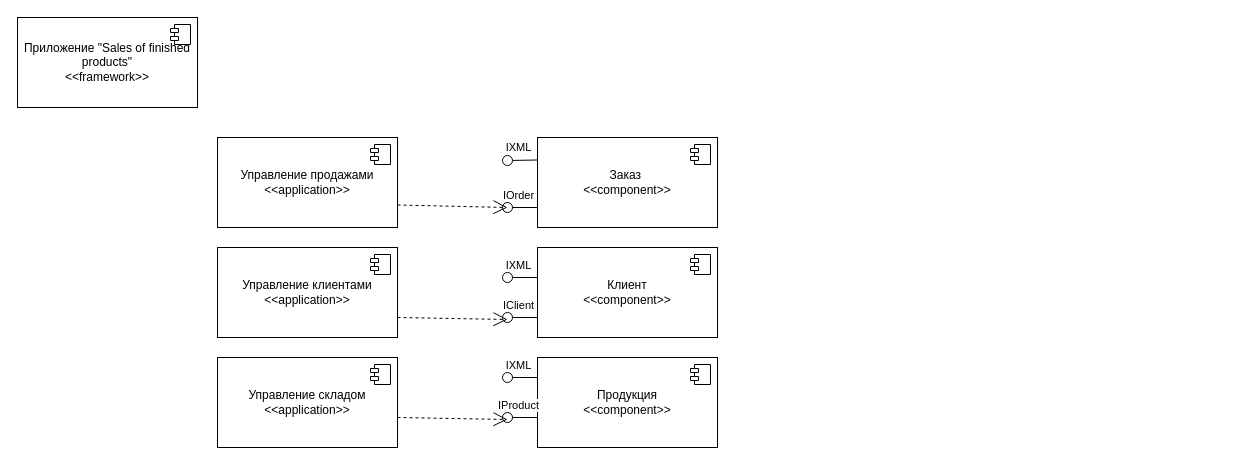
This is ОРТПС_7.drawio from mopsin666/AKMS, a draw.io file, before an edit. Source tidied: cells renumbered, new cells numbered last; positions are measured from the earlier drawing's top-left corner, leaving out a move shared by most shapes. Both pictures are drawn from the tidied source at 100%, with x=0, y=0 at pixel (17, 17).
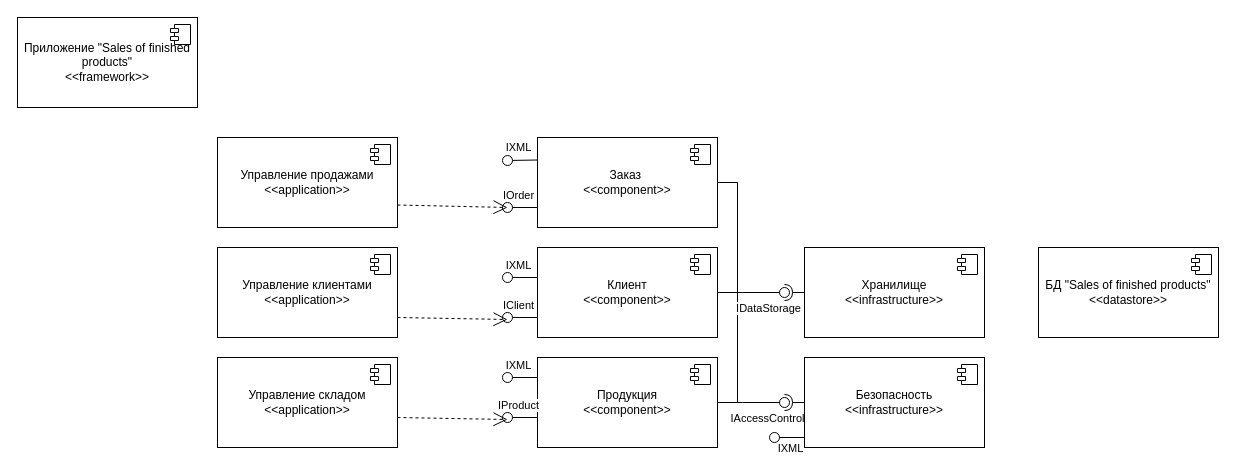
The same page after the edit.

Unchanged cells that the change refers to:
```xml
<mxCell id="10" value="Заказ&amp;nbsp;&lt;br&gt;&amp;lt;&amp;lt;component&amp;gt;&amp;gt;" style="html=1;whiteSpace=wrap;" parent="1" vertex="1">
  <mxGeometry x="520" y="120" width="180" height="90" as="geometry" />
</mxCell>
<mxCell id="12" value="Клиент&lt;br&gt;&amp;lt;&amp;lt;component&amp;gt;&amp;gt;" style="html=1;whiteSpace=wrap;" parent="1" vertex="1">
  <mxGeometry x="520" y="230" width="180" height="90" as="geometry" />
</mxCell>
<mxCell id="14" value="Продукция&lt;br&gt;&amp;lt;&amp;lt;component&amp;gt;&amp;gt;" style="html=1;whiteSpace=wrap;" parent="1" vertex="1">
  <mxGeometry x="520" y="340" width="180" height="90" as="geometry" />
</mxCell>
```

Diff of the diagram source:
```diff
@@
+    <mxCell id="32" style="edgeStyle=orthogonalEdgeStyle;rounded=0;jettySize=auto;html=1;entryX=1;entryY=0.5;entryDx=0;entryDy=0;endArrow=none;endFill=0;" parent="1" edge="1" source="10" target="12">
+      <mxGeometry relative="1" as="geometry">
+        <Array as="points">
+          <mxPoint x="720" y="165" />
+          <mxPoint x="720" y="275" />
+        </Array>
+      </mxGeometry>
+    </mxCell>
+    <mxCell id="33" style="edgeStyle=orthogonalEdgeStyle;rounded=0;jettySize=auto;html=1;entryX=1;entryY=0.5;entryDx=0;entryDy=0;endArrow=none;endFill=0;" parent="1" edge="1" source="10" target="14">
+      <mxGeometry relative="1" as="geometry">
+        <Array as="points">
+          <mxPoint x="720" y="165" />
+          <mxPoint x="720" y="385" />
+        </Array>
+      </mxGeometry>
+    </mxCell>
@@
+    <mxCell id="34" style="edgeStyle=orthogonalEdgeStyle;rounded=0;jettySize=auto;html=1;endArrow=none;endFill=0;" parent="1" edge="1" source="12">
+      <mxGeometry relative="1" as="geometry">
+        <mxPoint x="750" y="275" as="targetPoint" />
+      </mxGeometry>
+    </mxCell>
+    <mxCell id="35" value="IDataStorage" style="edgeLabel;html=1;align=center;verticalAlign=middle;" parent="34" vertex="1">
+      <mxGeometry x="0.41" y="-1" relative="1" as="geometry">
+        <mxPoint x="15" y="14" as="offset" />
+      </mxGeometry>
+    </mxCell>
@@
+    <mxCell id="36" style="edgeStyle=orthogonalEdgeStyle;rounded=0;jettySize=auto;html=1;endArrow=none;endFill=0;" parent="1" edge="1" source="14">
+      <mxGeometry relative="1" as="geometry">
+        <mxPoint x="750" y="385" as="targetPoint" />
+      </mxGeometry>
+    </mxCell>
+    <mxCell id="37" value="IAccessControl" style="edgeLabel;html=1;align=center;verticalAlign=middle;" parent="36" vertex="1">
+      <mxGeometry x="0.6" relative="1" as="geometry">
+        <mxPoint x="10" y="15" as="offset" />
+      </mxGeometry>
+    </mxCell>
@@
+    <mxCell id="38" value="Хранилище&lt;br&gt;&amp;lt;&amp;lt;infrastructure&amp;gt;&amp;gt;" style="html=1;whiteSpace=wrap;" parent="1" vertex="1">
+      <mxGeometry x="787" y="230" width="180" height="90" as="geometry" />
+    </mxCell>
+    <mxCell id="39" style="shape=module;jettyWidth=8;jettyHeight=4;" parent="38" vertex="1">
+      <mxGeometry x="1" width="20" height="20" relative="1" as="geometry">
+        <mxPoint x="-27" y="7" as="offset" />
+      </mxGeometry>
+    </mxCell>
+    <mxCell id="40" value="Безопасность&lt;br&gt;&amp;lt;&amp;lt;infrastructure&amp;gt;&amp;gt;" style="html=1;whiteSpace=wrap;" parent="1" vertex="1">
+      <mxGeometry x="787" y="340" width="180" height="90" as="geometry" />
+    </mxCell>
+    <mxCell id="41" style="shape=module;jettyWidth=8;jettyHeight=4;" parent="40" vertex="1">
+      <mxGeometry x="1" width="20" height="20" relative="1" as="geometry">
+        <mxPoint x="-27" y="7" as="offset" />
+      </mxGeometry>
+    </mxCell>
+    <mxCell id="42" style="rounded=0;jettySize=auto;html=1;endArrow=halfCircle;endFill=0;endSize=6;strokeWidth=1;sketch=0;" parent="1" edge="1" target="44">
+      <mxGeometry relative="1" as="geometry">
+        <mxPoint x="787" y="385" as="sourcePoint" />
+      </mxGeometry>
+    </mxCell>
+    <mxCell id="43" style="rounded=0;jettySize=auto;html=1;endArrow=oval;endFill=0;sketch=0;sourcePerimeterSpacing=0;targetPerimeterSpacing=0;endSize=10;" parent="1" edge="1" target="44">
+      <mxGeometry relative="1" as="geometry">
+        <mxPoint x="747" y="385" as="sourcePoint" />
+      </mxGeometry>
+    </mxCell>
+    <mxCell id="44" style="ellipse;whiteSpace=wrap;html=1;align=center;fillColor=none;strokeColor=none;perimeter=centerPerimeter;points=[];outlineConnect=1;" parent="1" vertex="1">
+      <mxGeometry x="762" y="380" width="10" height="10" as="geometry" />
+    </mxCell>
+    <mxCell id="45" style="rounded=0;jettySize=auto;html=1;endArrow=halfCircle;endFill=0;endSize=6;strokeWidth=1;sketch=0;" parent="1" edge="1" target="47">
+      <mxGeometry relative="1" as="geometry">
+        <mxPoint x="787" y="275" as="sourcePoint" />
+      </mxGeometry>
+    </mxCell>
+    <mxCell id="46" style="rounded=0;jettySize=auto;html=1;endArrow=oval;endFill=0;sketch=0;sourcePerimeterSpacing=0;targetPerimeterSpacing=0;endSize=10;" parent="1" edge="1" target="47">
+      <mxGeometry relative="1" as="geometry">
+        <mxPoint x="747" y="275" as="sourcePoint" />
+      </mxGeometry>
+    </mxCell>
+    <mxCell id="47" style="ellipse;whiteSpace=wrap;html=1;align=center;fillColor=none;strokeColor=none;perimeter=centerPerimeter;points=[];outlineConnect=1;" parent="1" vertex="1">
+      <mxGeometry x="762" y="270" width="10" height="10" as="geometry" />
+    </mxCell>
+    <mxCell id="48" style="rounded=0;orthogonalLoop=1;jettySize=auto;html=1;endArrow=oval;endFill=0;sketch=0;sourcePerimeterSpacing=0;targetPerimeterSpacing=0;endSize=10;exitX=0;exitY=0.25;exitDx=0;exitDy=0;" parent="1" edge="1">
+      <mxGeometry relative="1" as="geometry">
+        <mxPoint x="787" y="420" as="sourcePoint" />
+        <mxPoint x="757" y="420" as="targetPoint" />
+      </mxGeometry>
+    </mxCell>
+    <mxCell id="49" value="IXML" style="edgeLabel;html=1;align=center;verticalAlign=middle;" parent="48" vertex="1">
+      <mxGeometry x="-0.2" y="1" relative="1" as="geometry">
+        <mxPoint x="-3" y="9" as="offset" />
+      </mxGeometry>
+    </mxCell>
+    <mxCell id="50" value="БД &quot;Sales of finished products&quot;&lt;br&gt;&amp;lt;&amp;lt;datastore&amp;gt;&amp;gt;" style="html=1;whiteSpace=wrap;" parent="1" vertex="1">
+      <mxGeometry x="1021" y="230" width="180" height="90" as="geometry" />
+    </mxCell>
+    <mxCell id="51" style="shape=module;jettyWidth=8;jettyHeight=4;" parent="50" vertex="1">
+      <mxGeometry x="1" width="20" height="20" relative="1" as="geometry">
+        <mxPoint x="-27" y="7" as="offset" />
+      </mxGeometry>
+    </mxCell>
```
